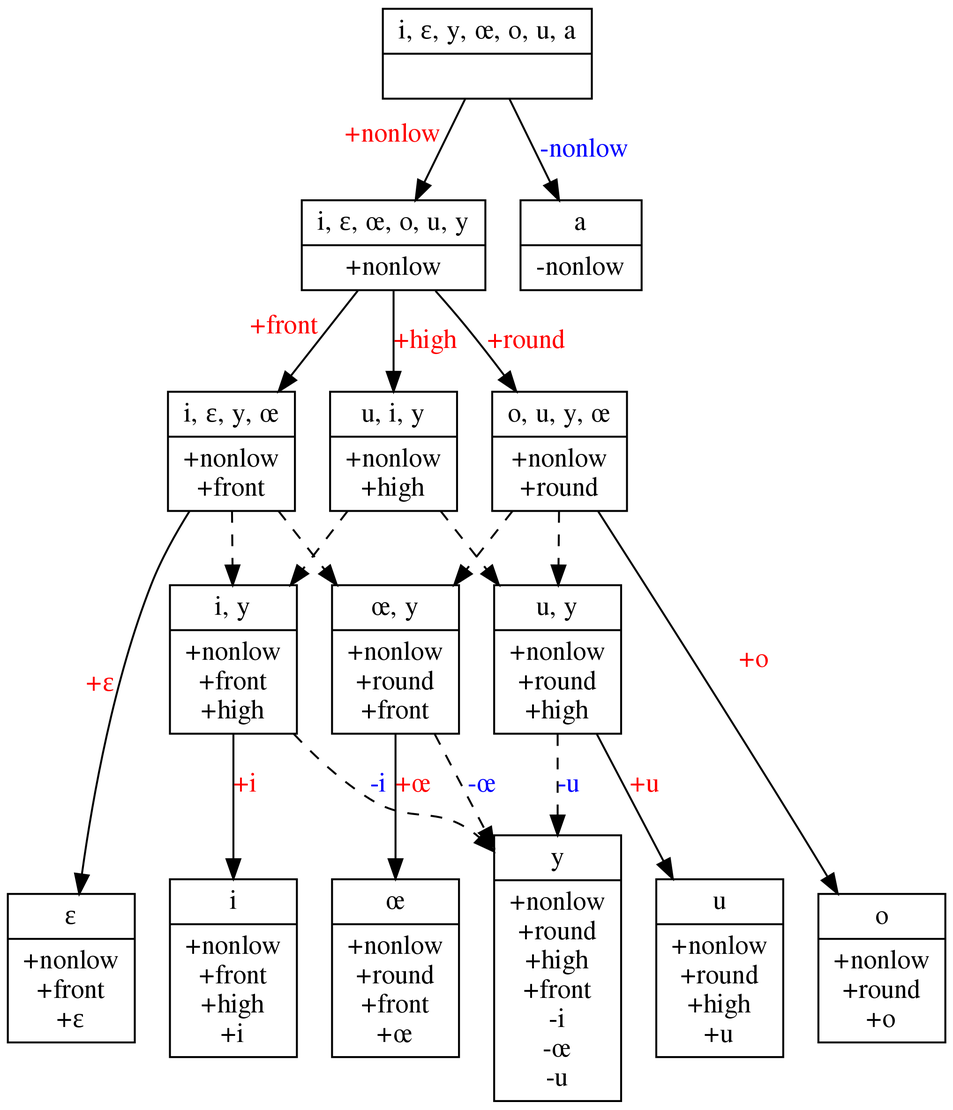
This is squib/diagrams/vowel_inventory_contrastive_under.png from rdaland/Pheatures, a Graphviz export, as it was before one commit. Its source is kept beside it as squib/diagrams/vowel_inventory_contrastive_under.gv. Source of this version:
```dot
digraph {
	graph [ dpi = 300 ];
	0 [label="{<segs> i, ɛ, y, œ, o, u, a |<feats>  }",shape=record]
	1 [label="{<segs> i, ɛ, œ, o, u, y |<feats> +nonlow }",shape=record]
	2 [label="{<segs> i, ɛ, y, œ |<feats> +nonlow\n+front }",shape=record]
	3 [label="{<segs> o, u, y, œ |<feats> +nonlow\n+round }",shape=record]
	4 [label="{<segs> u, i, y |<feats> +nonlow\n+high }",shape=record]
	5 [label="{<segs> i |<feats> +nonlow\n+front\n+high\n+i }",shape=record]
	6 [label="{<segs> y |<feats> +nonlow\n+round\n+high\n+front\n-i\n-œ\n-u }",shape=record]
	7 [label="{<segs> u |<feats> +nonlow\n+round\n+high\n+u }",shape=record]
	8 [label="{<segs> ɛ |<feats> +nonlow\n+front\n+ɛ }",shape=record]
	9 [label="{<segs> œ |<feats> +nonlow\n+round\n+front\n+œ }",shape=record]
	10 [label="{<segs> o |<feats> +nonlow\n+round\n+o }",shape=record]
	11 [label="{<segs> a |<feats> -nonlow }",shape=record]
	12 [label="{<segs> œ, y |<feats> +nonlow\n+round\n+front }",shape=record]
	13 [label="{<segs> i, y |<feats> +nonlow\n+front\n+high }",shape=record]
	14 [label="{<segs> u, y |<feats> +nonlow\n+round\n+high }",shape=record]

	0 -> 1 [xlabel="+nonlow",fontcolor=red]
	0 -> 11 [label="-nonlow",fontcolor=blue]
	1 -> 2 [xlabel="+front",fontcolor=red]
	1 -> 3 [label="+round",fontcolor=red]
	1 -> 4 [label="+high",fontcolor=red]
	2 -> 8 [xlabel="+ɛ",fontcolor=red]
	2 -> 12 [style=dashed]
	2 -> 13 [style=dashed]
	3 -> 10 [label="+o",fontcolor=red]
	3 -> 12 [style=dashed]
	3 -> 14 [style=dashed]
	4 -> 13 [style=dashed]
	4 -> 14 [style=dashed]
	12 -> 6 [style=dashed,label="-œ",fontcolor=blue]
	12 -> 9 [label="+œ",fontcolor=red]
	13 -> 5 [label="+i",fontcolor=red]
	13 -> 6 [style=dashed,label="-i",fontcolor=blue]
	14 -> 6 [style=dashed,label="-u",fontcolor=blue]
	14 -> 7 [label="+u",fontcolor=red]
{rank=same; 5 6 7 8 9 10}
}
```
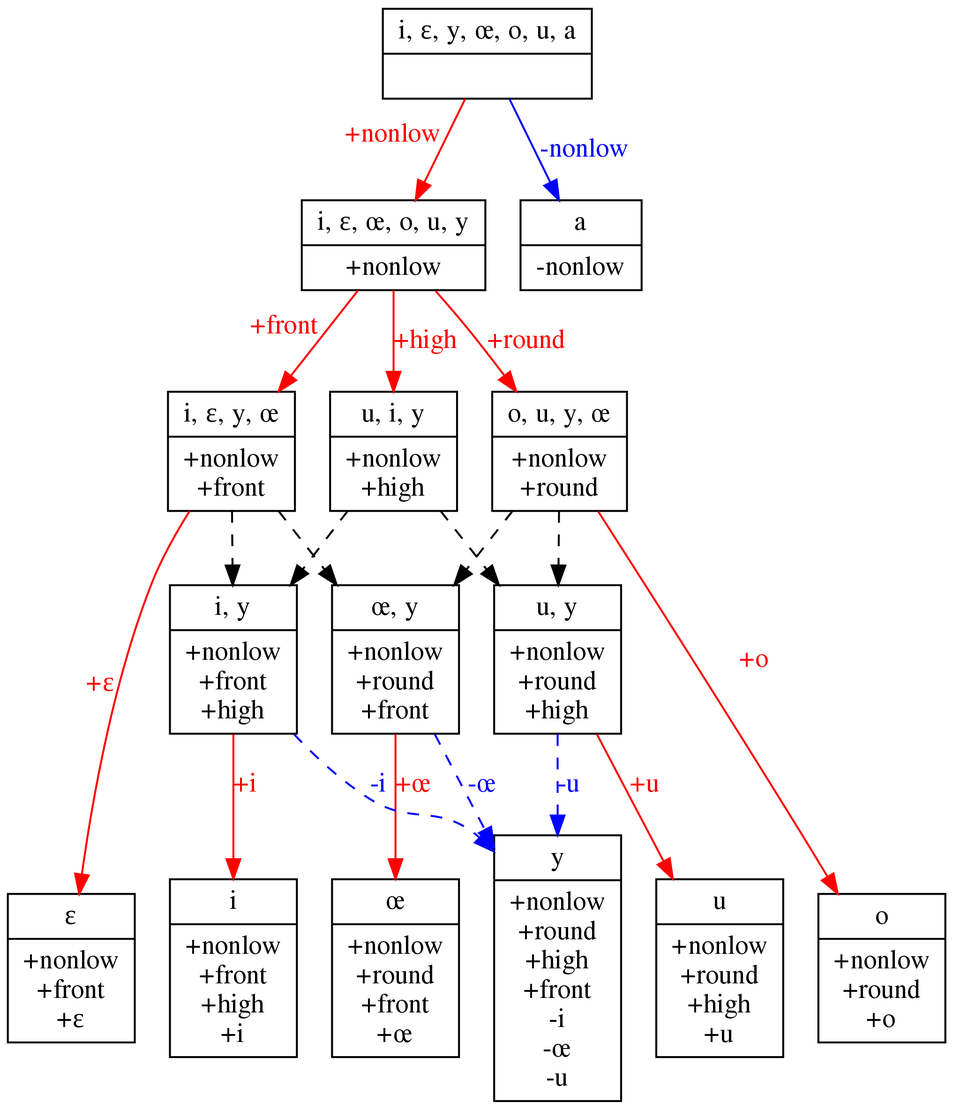
The same file after the commit.

What changed in the source:
```diff
@@ -16,24 +16,24 @@
 	13 [label="{<segs> i, y |<feats> +nonlow\n+front\n+high }",shape=record]
 	14 [label="{<segs> u, y |<feats> +nonlow\n+round\n+high }",shape=record]
 
-	0 -> 1 [xlabel="+nonlow",fontcolor=red]
-	0 -> 11 [label="-nonlow",fontcolor=blue]
-	1 -> 2 [xlabel="+front",fontcolor=red]
-	1 -> 3 [label="+round",fontcolor=red]
-	1 -> 4 [label="+high",fontcolor=red]
-	2 -> 8 [xlabel="+ɛ",fontcolor=red]
+	0 -> 1 [xlabel="+nonlow",fontcolor=red,color=red]
+	0 -> 11 [label="-nonlow",fontcolor=blue,color=blue]
+	1 -> 2 [xlabel="+front",fontcolor=red,color=red]
+	1 -> 3 [label="+round",fontcolor=red,color=red]
+	1 -> 4 [label="+high",fontcolor=red,color=red]
+	2 -> 8 [xlabel="+ɛ",fontcolor=red,color=red]
 	2 -> 12 [style=dashed]
 	2 -> 13 [style=dashed]
-	3 -> 10 [label="+o",fontcolor=red]
+	3 -> 10 [label="+o",fontcolor=red,color=red]
 	3 -> 12 [style=dashed]
 	3 -> 14 [style=dashed]
 	4 -> 13 [style=dashed]
 	4 -> 14 [style=dashed]
-	12 -> 6 [style=dashed,label="-œ",fontcolor=blue]
-	12 -> 9 [label="+œ",fontcolor=red]
-	13 -> 5 [label="+i",fontcolor=red]
-	13 -> 6 [style=dashed,label="-i",fontcolor=blue]
-	14 -> 6 [style=dashed,label="-u",fontcolor=blue]
-	14 -> 7 [label="+u",fontcolor=red]
+	12 -> 6 [style=dashed,label="-œ",fontcolor=blue,color=blue]
+	12 -> 9 [label="+œ",fontcolor=red,color=red]
+	13 -> 5 [label="+i",fontcolor=red,color=red]
+	13 -> 6 [label="-i",style=dashed,fontcolor=blue,color=blue]
+	14 -> 6 [style=dashed,label="-u",fontcolor=blue,color=blue]
+	14 -> 7 [label="+u",fontcolor=red,color=red]
 {rank=same; 5 6 7 8 9 10}
 }
```
